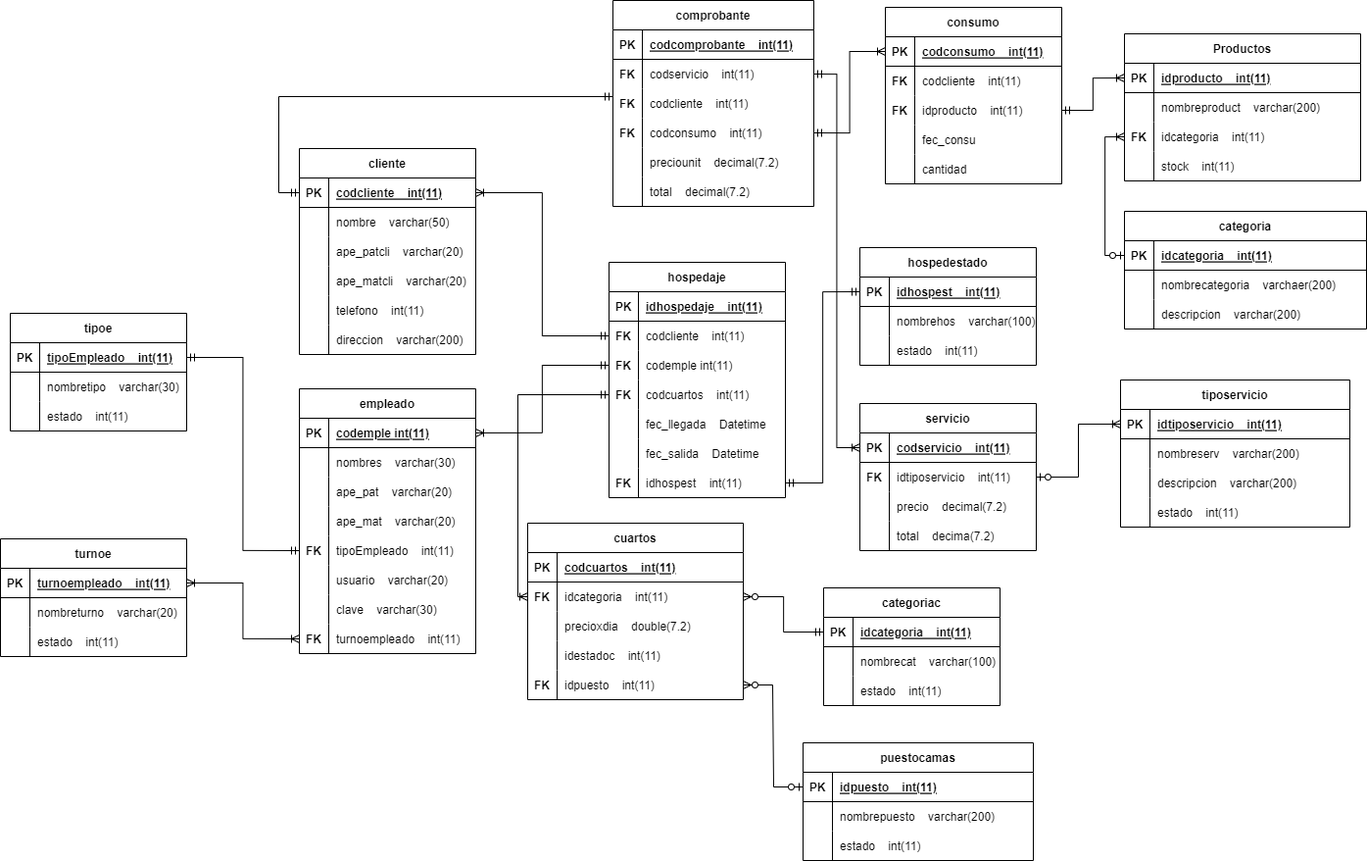
This is DER_Hotel.drawio.png from josdahuqui1992/SistemaHoteleria, a draw.io export, as it was before one commit. Source tidied: cells renumbered, new cells last; positions are measured from the earlier drawing's top-left corner, leaving out a move shared by most shapes.
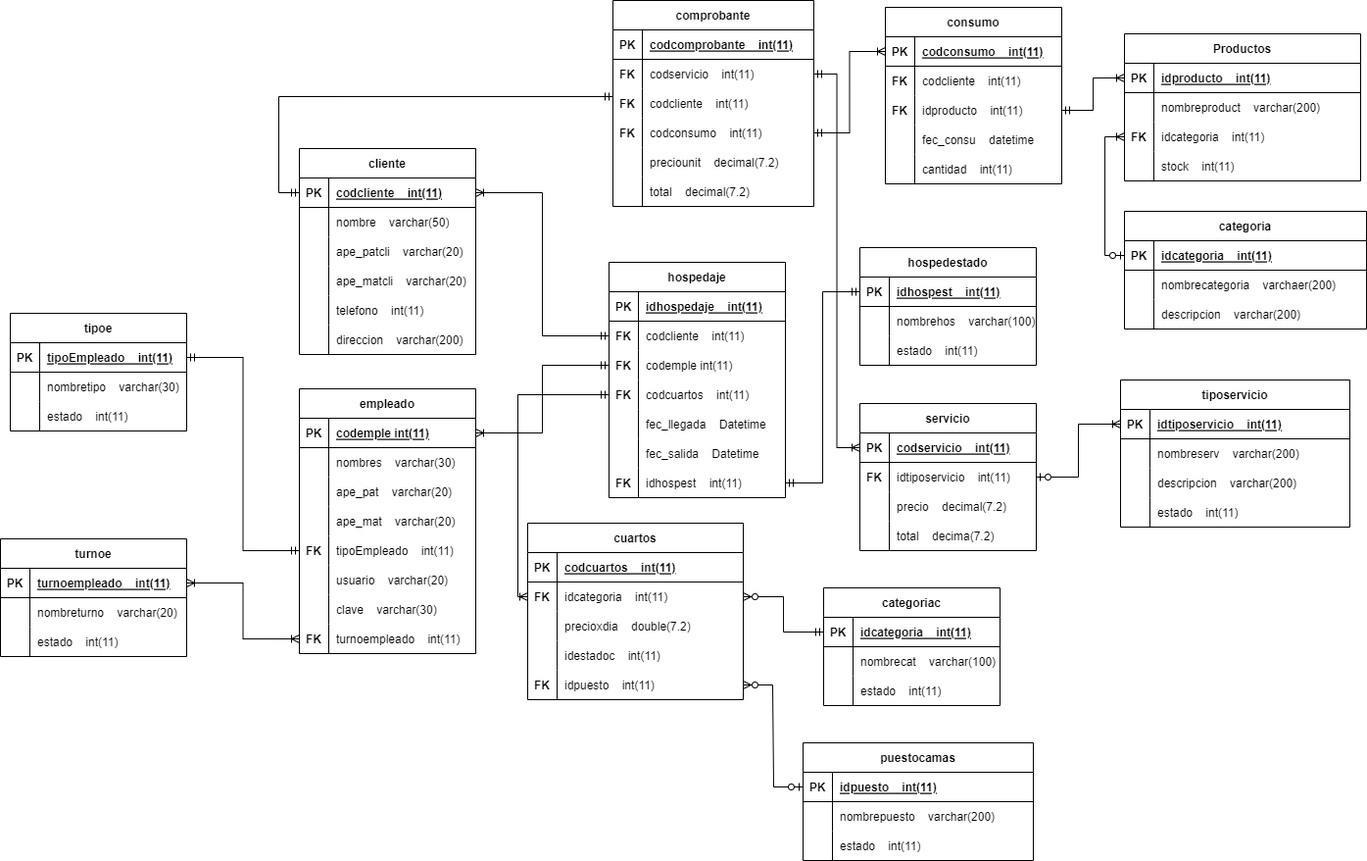
Later version of the same file.

Diff of the diagram source:
```diff
@@ -635,7 +635,7 @@
     <mxCell id="212" style="shape=partialRectangle;fillColor=none;top=0;left=0;bottom=0;right=0;overflow=hidden;" parent="211" vertex="1">
       <mxGeometry width="30" height="30" as="geometry" />
     </mxCell>
-    <mxCell id="213" value="fec_consu" style="shape=partialRectangle;fillColor=none;top=0;left=0;bottom=0;right=0;align=left;spacingLeft=6;overflow=hidden;" parent="211" vertex="1">
+    <mxCell id="213" value="fec_consu    datetime" style="shape=partialRectangle;fillColor=none;top=0;left=0;bottom=0;right=0;align=left;spacingLeft=6;overflow=hidden;" parent="211" vertex="1">
       <mxGeometry x="30" width="150" height="30" as="geometry" />
     </mxCell>
     <mxCell id="214" style="shape=tableRow;horizontal=0;startSize=0;swimlaneHead=0;swimlaneBody=0;fillColor=none;top=0;left=0;right=0;bottom=0;" parent="201" vertex="1">
@@ -644,7 +644,7 @@
     <mxCell id="215" style="shape=partialRectangle;fillColor=none;top=0;left=0;bottom=0;right=0;overflow=hidden;" parent="214" vertex="1">
       <mxGeometry width="30" height="30" as="geometry" />
     </mxCell>
-    <mxCell id="216" value="cantidad" style="shape=partialRectangle;fillColor=none;top=0;left=0;bottom=0;right=0;align=left;spacingLeft=6;overflow=hidden;" parent="214" vertex="1">
+    <mxCell id="216" value="cantidad    int(11)" style="shape=partialRectangle;fillColor=none;top=0;left=0;bottom=0;right=0;align=left;spacingLeft=6;overflow=hidden;" parent="214" vertex="1">
       <mxGeometry x="30" width="150" height="30" as="geometry" />
     </mxCell>
     <mxCell id="217" value="categoria" style="shape=table;startSize=30;rowLines=0;fontStyle=1;align=center;" parent="1" vertex="1">
```
